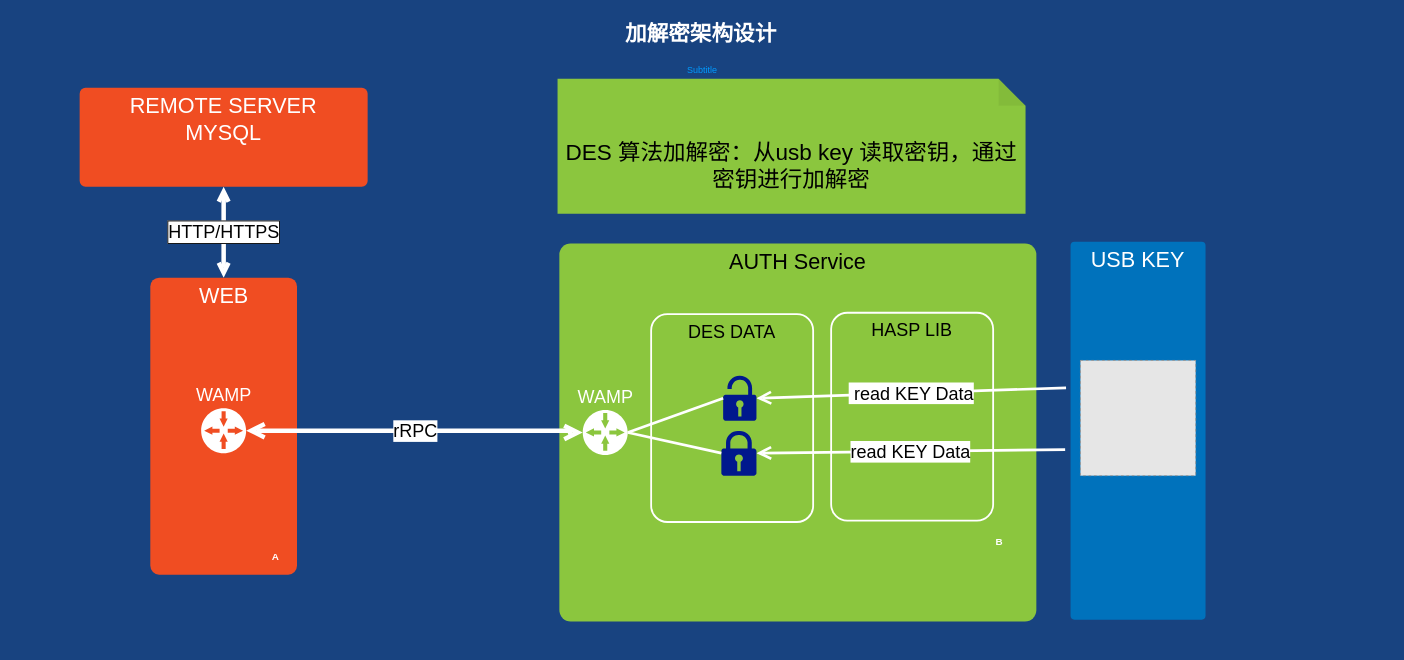
Before: RCS APP/gaia数据加密设计.drawio in uyuy2043/yy, a draw.io diagram. Source tidied: cells renumbered, new cells numbered last; positions are measured from the earlier drawing's top-left corner, leaving out a move shared by most shapes. Both pictures are drawn from the tidied source at 90%, with x=0, y=0 at pixel (15, 15). Pictures stored in the file or linked from it are replaced by grey dashed boxes.
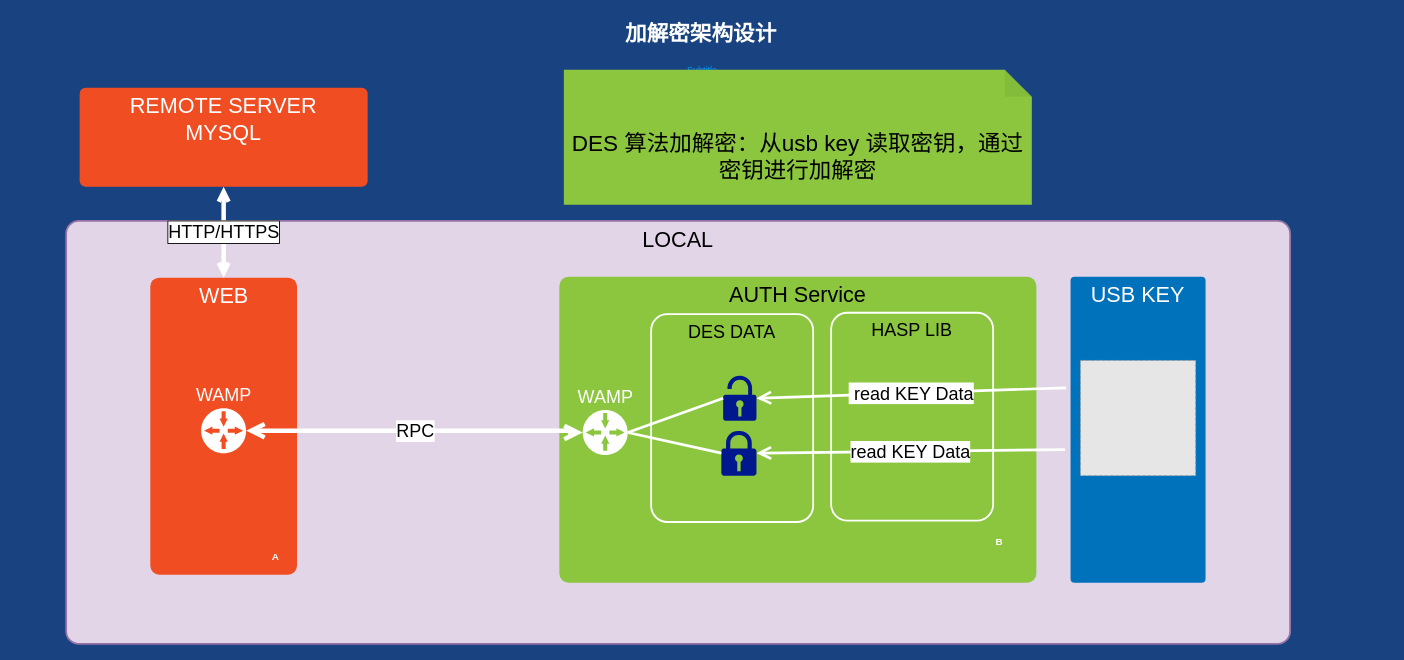
The same diagram, later.

Commit message:
Update gaia数据加密设计.drawio

Unchanged cells that the change refers to:
```xml
<mxCell id="7" value="WAMP" style="shadow=0;dashed=0;html=1;strokeColor=none;shape=mxgraph.mscae.enterprise.gateway;fillColor=#FFFFFF;rounded=0;fontSize=20;fontColor=#FFFFFF;align=center;labelPosition=center;verticalLabelPosition=top;verticalAlign=bottom;" parent="1" vertex="1">
  <mxGeometry x="630" y="438" width="50" height="50" as="geometry" />
</mxCell>
<mxCell id="9" value="WAMP" style="shadow=0;dashed=0;html=1;strokeColor=none;shape=mxgraph.mscae.enterprise.gateway;fillColor=#FFFFFF;rounded=0;fontSize=20;fontColor=#FFFFFF;align=center;labelPosition=center;verticalLabelPosition=top;verticalAlign=bottom;" parent="1" vertex="1">
  <mxGeometry x="206" y="436" width="50" height="50" as="geometry" />
</mxCell>
```

Change to the diagram source:
```diff
@@
+    <mxCell id="25" value="LOCAL" style="rounded=1;whiteSpace=wrap;html=1;shadow=0;strokeWidth=2;fillColor=#e1d5e7;fontSize=24;align=center;strokeColor=#9673a6;arcSize=3;verticalAlign=top;" parent="1" vertex="1">
+      <mxGeometry x="56" y="228" width="1360" height="470" as="geometry" />
+    </mxCell>
     <mxCell id="2" value="USB KEY" style="rounded=1;whiteSpace=wrap;html=1;shadow=0;strokeWidth=2;fillColor=#0072BC;fontSize=24;fontColor=#FFFFFF;align=center;strokeColor=none;arcSize=3;verticalAlign=top;" parent="1" vertex="1">
-      <mxGeometry x="1172" y="251" width="150" height="420" as="geometry" />
+      <mxGeometry x="1172" y="290" width="150" height="340" as="geometry" />
     </mxCell>
     <mxCell id="3" value="AUTH Service" style="rounded=1;whiteSpace=wrap;html=1;shadow=0;strokeWidth=2;fillColor=#8BC63E;fontSize=24;fontColor=#000000;align=center;strokeColor=none;arcSize=3;verticalAlign=top;" parent="1" vertex="1">
-      <mxGeometry x="604" y="253" width="530" height="420" as="geometry" />
+      <mxGeometry x="604" y="290" width="530" height="340" as="geometry" />
     </mxCell>
@@
-    <mxCell id="8" value="rRPC" style="edgeStyle=orthogonalEdgeStyle;html=1;startArrow=open;startFill=0;startSize=10;endArrow=open;endFill=0;endSize=10;strokeWidth=5;fontSize=20;strokeColor=#FFFFFF;rounded=0;" parent="1" edge="1" source="9" target="7">
+    <mxCell id="8" value="RPC" style="edgeStyle=orthogonalEdgeStyle;html=1;startArrow=open;startFill=0;startSize=10;endArrow=open;endFill=0;endSize=10;strokeWidth=5;fontSize=20;strokeColor=#FFFFFF;rounded=0;" parent="1" edge="1" source="9" target="7">
       <mxGeometry relative="1" as="geometry">
         <Array as="points">
           <mxPoint x="616" y="461" />
           <mxPoint x="616" y="463" />
         </Array>
       </mxGeometry>
     </mxCell>
@@
     <mxCell id="20" value="&#10;&#10;&lt;span style=&quot;color: rgb(0, 0, 0); font-family: helvetica; font-size: 25px; font-style: normal; font-weight: 400; letter-spacing: normal; text-align: center; text-indent: 0px; text-transform: none; word-spacing: 0px; display: inline; float: none;&quot;&gt;DES 算法加解密：从usb key 读取密钥，通过密钥进行加解密&lt;/span&gt;&#10;&#10;" style="shape=note;whiteSpace=wrap;html=1;backgroundOutline=1;darkOpacity=0.05;rounded=1;shadow=0;fontSize=25;verticalAlign=top;strokeColor=none;strokeWidth=2;fillColor=#8BC63E;arcSize=3;labelBackgroundColor=none;" parent="1" vertex="1">
-      <mxGeometry x="602" y="70" width="520" height="150" as="geometry" />
+      <mxGeometry x="609" y="60" width="520" height="150" as="geometry" />
     </mxCell>
```
